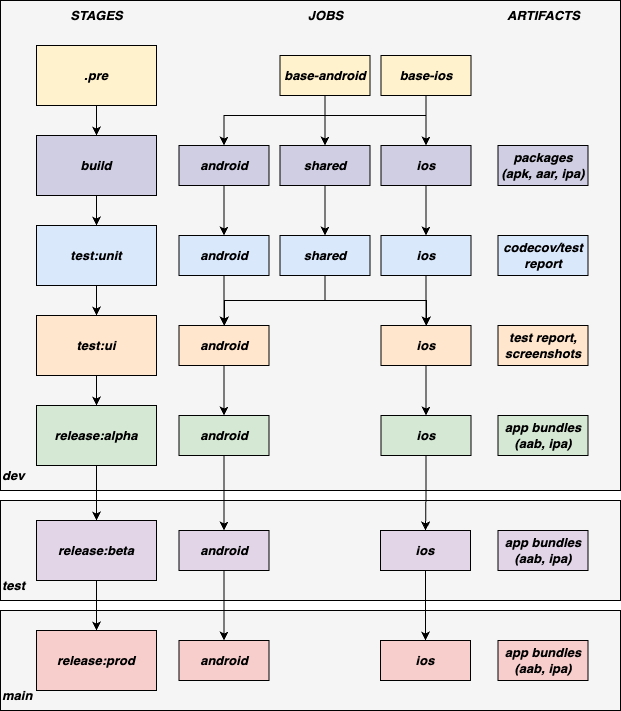
paganellif/tesi-paganelli keeps this draw.io diagram as img/tesi-11-cicd.drawio.png. Above is the earlier version. Source tidied: cells renumbered, new cells last; positions are measured from the earlier drawing's top-left corner, leaving out a move shared by most shapes.
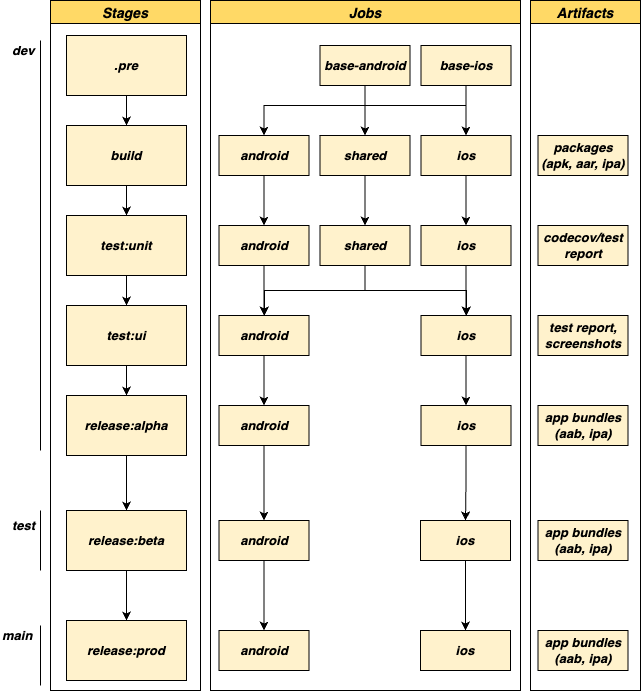
The same diagram one commit later.

What changed in the source:
```diff
@@ -4,22 +4,4 @@
     <mxCell id="1" parent="0" />
-    <mxCell id="2" style="rounded=0;whiteSpace=wrap;html=1;fontSize=13;strokeColor=#000000;fillColor=#f5f5f5;fontColor=#333333;" parent="1" vertex="1">
-      <mxGeometry y="500" width="620" height="100" as="geometry" />
-    </mxCell>
-    <mxCell id="3" style="rounded=0;whiteSpace=wrap;html=1;fontSize=13;strokeColor=#000000;fillColor=#f5f5f5;fontColor=#333333;" parent="1" vertex="1">
-      <mxGeometry y="610" width="620" height="100" as="geometry" />
-    </mxCell>
-    <mxCell id="4" style="rounded=0;whiteSpace=wrap;html=1;fontSize=13;strokeColor=#000000;fillColor=#f5f5f5;fontColor=#333333;" parent="1" vertex="1">
-      <mxGeometry width="620" height="490" as="geometry" />
-    </mxCell>
-    <mxCell id="5" value="&lt;i style=&quot;font-size: 13px;&quot;&gt;STAGES&lt;/i&gt;" style="text;html=1;align=center;verticalAlign=middle;strokeColor=none;fillColor=none;fontSize=13;fontStyle=1;" parent="1" vertex="1">
-      <mxGeometry x="56" width="80" height="30" as="geometry" />
-    </mxCell>
-    <mxCell id="6" value="&lt;i style=&quot;font-size: 13px;&quot;&gt;JOBS&lt;/i&gt;" style="text;html=1;align=center;verticalAlign=middle;strokeColor=none;fillColor=none;fontSize=13;fontStyle=1;" parent="1" vertex="1">
-      <mxGeometry x="294.5" width="60" height="30" as="geometry" />
-    </mxCell>
-    <mxCell id="7" value="&lt;i style=&quot;font-size: 13px;&quot;&gt;ARTIFACTS&lt;/i&gt;" style="text;html=1;align=center;verticalAlign=middle;strokeColor=none;fillColor=none;fontSize=13;fontStyle=1;" parent="1" vertex="1">
-      <mxGeometry x="492.5" width="100" height="30" as="geometry" />
-    </mxCell>
     <mxCell id="8" value="&lt;i style=&quot;font-size: 13px;&quot;&gt;&lt;b&gt;dev&lt;/b&gt;&lt;/i&gt;" style="text;html=1;align=left;verticalAlign=middle;strokeColor=none;fillColor=none;fontSize=13;" parent="1" vertex="1">
-      <mxGeometry y="460" width="50" height="30" as="geometry" />
+      <mxGeometry x="-30" y="45" width="50" height="30" as="geometry" />
     </mxCell>
@@ -29,3 +11,3 @@
     <mxCell id="10" value="&lt;b style=&quot;font-size: 13px;&quot;&gt;&lt;i style=&quot;font-size: 13px;&quot;&gt;.pre&lt;/i&gt;&lt;/b&gt;" style="rounded=0;whiteSpace=wrap;html=1;fontSize=13;strokeColor=#000000;fillColor=#fff2cc;" parent="1" vertex="1">
-      <mxGeometry x="36" y="45" width="120" height="60" as="geometry" />
+      <mxGeometry x="26" y="45" width="120" height="60" as="geometry" />
     </mxCell>
@@ -34,4 +16,4 @@
     </mxCell>
-    <mxCell id="12" value="&lt;b style=&quot;font-size: 13px;&quot;&gt;&lt;i style=&quot;font-size: 13px;&quot;&gt;build&lt;/i&gt;&lt;/b&gt;" style="rounded=0;whiteSpace=wrap;html=1;fontSize=13;strokeColor=#000000;fillColor=#d0cee2;" parent="1" vertex="1">
-      <mxGeometry x="36" y="135" width="120" height="60" as="geometry" />
+    <mxCell id="12" value="&lt;b style=&quot;font-size: 13px;&quot;&gt;&lt;i style=&quot;font-size: 13px;&quot;&gt;build&lt;/i&gt;&lt;/b&gt;" style="rounded=0;whiteSpace=wrap;html=1;fontSize=13;strokeColor=#000000;fillColor=#FFF2CC;" parent="1" vertex="1">
+      <mxGeometry x="26" y="135" width="120" height="60" as="geometry" />
     </mxCell>
@@ -40,4 +22,4 @@
     </mxCell>
-    <mxCell id="14" value="&lt;b style=&quot;font-size: 13px;&quot;&gt;&lt;i style=&quot;font-size: 13px;&quot;&gt;test:unit&lt;/i&gt;&lt;/b&gt;" style="rounded=0;whiteSpace=wrap;html=1;fontSize=13;strokeColor=#000000;fillColor=#dae8fc;" parent="1" vertex="1">
-      <mxGeometry x="36" y="225" width="120" height="60" as="geometry" />
+    <mxCell id="14" value="&lt;b style=&quot;font-size: 13px;&quot;&gt;&lt;i style=&quot;font-size: 13px;&quot;&gt;test:unit&lt;/i&gt;&lt;/b&gt;" style="rounded=0;whiteSpace=wrap;html=1;fontSize=13;strokeColor=#000000;fillColor=#FFF2CC;" parent="1" vertex="1">
+      <mxGeometry x="26" y="225" width="120" height="60" as="geometry" />
     </mxCell>
@@ -46,4 +28,4 @@
     </mxCell>
-    <mxCell id="16" value="&lt;b style=&quot;font-size: 13px;&quot;&gt;&lt;i style=&quot;font-size: 13px;&quot;&gt;test:ui&lt;/i&gt;&lt;/b&gt;" style="rounded=0;whiteSpace=wrap;html=1;fontSize=13;strokeColor=#000000;fillColor=#ffe6cc;" parent="1" vertex="1">
-      <mxGeometry x="36" y="315" width="120" height="60" as="geometry" />
+    <mxCell id="16" value="&lt;b style=&quot;font-size: 13px;&quot;&gt;&lt;i style=&quot;font-size: 13px;&quot;&gt;test:ui&lt;/i&gt;&lt;/b&gt;" style="rounded=0;whiteSpace=wrap;html=1;fontSize=13;strokeColor=#000000;fillColor=#FFF2CC;" parent="1" vertex="1">
+      <mxGeometry x="26" y="315" width="120" height="60" as="geometry" />
     </mxCell>
@@ -52,4 +34,4 @@
     </mxCell>
-    <mxCell id="18" value="&lt;b style=&quot;font-size: 13px;&quot;&gt;&lt;i style=&quot;font-size: 13px;&quot;&gt;release:alpha&lt;/i&gt;&lt;/b&gt;" style="rounded=0;whiteSpace=wrap;html=1;fontSize=13;strokeColor=#000000;fillColor=#d5e8d4;" parent="1" vertex="1">
-      <mxGeometry x="36" y="405" width="120" height="60" as="geometry" />
+    <mxCell id="18" value="&lt;b style=&quot;font-size: 13px;&quot;&gt;&lt;i style=&quot;font-size: 13px;&quot;&gt;release:alpha&lt;/i&gt;&lt;/b&gt;" style="rounded=0;whiteSpace=wrap;html=1;fontSize=13;strokeColor=#000000;fillColor=#FFF2CC;" parent="1" vertex="1">
+      <mxGeometry x="26" y="405" width="120" height="60" as="geometry" />
     </mxCell>
@@ -58,7 +40,7 @@
     </mxCell>
-    <mxCell id="20" value="&lt;b style=&quot;font-size: 13px;&quot;&gt;&lt;i style=&quot;font-size: 13px;&quot;&gt;release:beta&lt;/i&gt;&lt;/b&gt;" style="rounded=0;whiteSpace=wrap;html=1;fontSize=13;strokeColor=#000000;fillColor=#e1d5e7;" parent="1" vertex="1">
-      <mxGeometry x="36" y="520" width="120" height="60" as="geometry" />
+    <mxCell id="20" value="&lt;b style=&quot;font-size: 13px;&quot;&gt;&lt;i style=&quot;font-size: 13px;&quot;&gt;release:beta&lt;/i&gt;&lt;/b&gt;" style="rounded=0;whiteSpace=wrap;html=1;fontSize=13;strokeColor=#000000;fillColor=#FFF2CC;" parent="1" vertex="1">
+      <mxGeometry x="26" y="520" width="120" height="60" as="geometry" />
     </mxCell>
-    <mxCell id="21" value="&lt;b style=&quot;font-size: 13px;&quot;&gt;&lt;i style=&quot;font-size: 13px;&quot;&gt;release:prod&lt;/i&gt;&lt;/b&gt;" style="rounded=0;whiteSpace=wrap;html=1;fontSize=13;strokeColor=#000000;fillColor=#f8cecc;" parent="1" vertex="1">
-      <mxGeometry x="36" y="630" width="120" height="60" as="geometry" />
+    <mxCell id="21" value="&lt;b style=&quot;font-size: 13px;&quot;&gt;&lt;i style=&quot;font-size: 13px;&quot;&gt;release:prod&lt;/i&gt;&lt;/b&gt;" style="rounded=0;whiteSpace=wrap;html=1;fontSize=13;strokeColor=#000000;fillColor=#FFF2CC;" parent="1" vertex="1">
+      <mxGeometry x="26" y="630" width="120" height="60" as="geometry" />
     </mxCell>
@@ -95,3 +77,3 @@
     </mxCell>
-    <mxCell id="29" value="&lt;b style=&quot;font-size: 13px;&quot;&gt;&lt;i style=&quot;font-size: 13px;&quot;&gt;android&lt;/i&gt;&lt;/b&gt;" style="rounded=0;whiteSpace=wrap;html=1;fontSize=13;strokeColor=#000000;fillColor=#d0cee2;" parent="1" vertex="1">
+    <mxCell id="29" value="&lt;b style=&quot;font-size: 13px;&quot;&gt;&lt;i style=&quot;font-size: 13px;&quot;&gt;android&lt;/i&gt;&lt;/b&gt;" style="rounded=0;whiteSpace=wrap;html=1;fontSize=13;strokeColor=#000000;fillColor=#FFF2CC;" parent="1" vertex="1">
       <mxGeometry x="178.5" y="145" width="90" height="40" as="geometry" />
@@ -101,3 +83,3 @@
     </mxCell>
-    <mxCell id="31" value="&lt;b style=&quot;font-size: 13px;&quot;&gt;&lt;i style=&quot;font-size: 13px;&quot;&gt;shared&lt;/i&gt;&lt;/b&gt;" style="rounded=0;whiteSpace=wrap;html=1;fontSize=13;strokeColor=#000000;fillColor=#d0cee2;" parent="1" vertex="1">
+    <mxCell id="31" value="&lt;b style=&quot;font-size: 13px;&quot;&gt;&lt;i style=&quot;font-size: 13px;&quot;&gt;shared&lt;/i&gt;&lt;/b&gt;" style="rounded=0;whiteSpace=wrap;html=1;fontSize=13;strokeColor=#000000;fillColor=#FFF2CC;" parent="1" vertex="1">
       <mxGeometry x="279.5" y="145" width="90" height="40" as="geometry" />
@@ -107,6 +89,6 @@
     </mxCell>
-    <mxCell id="33" value="&lt;b style=&quot;font-size: 13px;&quot;&gt;&lt;i style=&quot;font-size: 13px;&quot;&gt;ios&lt;/i&gt;&lt;/b&gt;" style="rounded=0;whiteSpace=wrap;html=1;fontSize=13;strokeColor=#000000;fillColor=#d0cee2;" parent="1" vertex="1">
+    <mxCell id="33" value="&lt;b style=&quot;font-size: 13px;&quot;&gt;&lt;i style=&quot;font-size: 13px;&quot;&gt;ios&lt;/i&gt;&lt;/b&gt;" style="rounded=0;whiteSpace=wrap;html=1;fontSize=13;strokeColor=#000000;fillColor=#FFF2CC;" parent="1" vertex="1">
       <mxGeometry x="380.5" y="145" width="90" height="40" as="geometry" />
     </mxCell>
-    <mxCell id="34" value="&lt;b style=&quot;font-size: 13px;&quot;&gt;&lt;i style=&quot;font-size: 13px;&quot;&gt;packages (apk, aar, ipa)&lt;/i&gt;&lt;/b&gt;" style="rounded=0;whiteSpace=wrap;html=1;fontSize=13;strokeColor=#000000;fillColor=#d0cee2;" parent="1" vertex="1">
+    <mxCell id="34" value="&lt;b style=&quot;font-size: 13px;&quot;&gt;&lt;i style=&quot;font-size: 13px;&quot;&gt;packages (apk, aar, ipa)&lt;/i&gt;&lt;/b&gt;" style="rounded=0;whiteSpace=wrap;html=1;fontSize=13;strokeColor=#000000;fillColor=#FFF2CC;" parent="1" vertex="1">
       <mxGeometry x="497.5" y="145" width="90" height="40" as="geometry" />
@@ -129,3 +111,3 @@
     </mxCell>
-    <mxCell id="37" value="&lt;b style=&quot;font-size: 13px;&quot;&gt;&lt;i style=&quot;font-size: 13px;&quot;&gt;shared&lt;/i&gt;&lt;/b&gt;" style="rounded=0;whiteSpace=wrap;html=1;fontSize=13;strokeColor=#000000;fillColor=#dae8fc;" parent="1" vertex="1">
+    <mxCell id="37" value="&lt;b style=&quot;font-size: 13px;&quot;&gt;&lt;i style=&quot;font-size: 13px;&quot;&gt;shared&lt;/i&gt;&lt;/b&gt;" style="rounded=0;whiteSpace=wrap;html=1;fontSize=13;strokeColor=#000000;fillColor=#FFF2CC;" parent="1" vertex="1">
       <mxGeometry x="279.5" y="235" width="90" height="40" as="geometry" />
@@ -135,3 +117,3 @@
     </mxCell>
-    <mxCell id="39" value="&lt;b style=&quot;font-size: 13px;&quot;&gt;&lt;i style=&quot;font-size: 13px;&quot;&gt;android&lt;/i&gt;&lt;/b&gt;" style="rounded=0;whiteSpace=wrap;html=1;fontSize=13;strokeColor=#000000;fillColor=#ffe6cc;" parent="1" vertex="1">
+    <mxCell id="39" value="&lt;b style=&quot;font-size: 13px;&quot;&gt;&lt;i style=&quot;font-size: 13px;&quot;&gt;android&lt;/i&gt;&lt;/b&gt;" style="rounded=0;whiteSpace=wrap;html=1;fontSize=13;strokeColor=#000000;fillColor=#FFF2CC;" parent="1" vertex="1">
       <mxGeometry x="178.5" y="325" width="90" height="40" as="geometry" />
@@ -141,3 +123,3 @@
     </mxCell>
-    <mxCell id="41" value="&lt;b style=&quot;font-size: 13px;&quot;&gt;&lt;i style=&quot;font-size: 13px;&quot;&gt;ios&lt;/i&gt;&lt;/b&gt;" style="rounded=0;whiteSpace=wrap;html=1;fontSize=13;strokeColor=#000000;fillColor=#ffe6cc;" parent="1" vertex="1">
+    <mxCell id="41" value="&lt;b style=&quot;font-size: 13px;&quot;&gt;&lt;i style=&quot;font-size: 13px;&quot;&gt;ios&lt;/i&gt;&lt;/b&gt;" style="rounded=0;whiteSpace=wrap;html=1;fontSize=13;strokeColor=#000000;fillColor=#FFF2CC;" parent="1" vertex="1">
       <mxGeometry x="380.5" y="325" width="90" height="40" as="geometry" />
@@ -147,3 +129,3 @@
     </mxCell>
-    <mxCell id="43" value="&lt;b style=&quot;font-size: 13px;&quot;&gt;&lt;i style=&quot;font-size: 13px;&quot;&gt;android&lt;/i&gt;&lt;/b&gt;" style="rounded=0;whiteSpace=wrap;html=1;fontSize=13;strokeColor=#000000;fillColor=#d5e8d4;" parent="1" vertex="1">
+    <mxCell id="43" value="&lt;b style=&quot;font-size: 13px;&quot;&gt;&lt;i style=&quot;font-size: 13px;&quot;&gt;android&lt;/i&gt;&lt;/b&gt;" style="rounded=0;whiteSpace=wrap;html=1;fontSize=13;strokeColor=#000000;fillColor=#FFF2CC;" parent="1" vertex="1">
       <mxGeometry x="178.5" y="415" width="90" height="40" as="geometry" />
@@ -153,12 +135,12 @@
     </mxCell>
-    <mxCell id="45" value="&lt;b style=&quot;font-size: 13px;&quot;&gt;&lt;i style=&quot;font-size: 13px;&quot;&gt;ios&lt;/i&gt;&lt;/b&gt;" style="rounded=0;whiteSpace=wrap;html=1;fontSize=13;strokeColor=#000000;fillColor=#d5e8d4;" parent="1" vertex="1">
+    <mxCell id="45" value="&lt;b style=&quot;font-size: 13px;&quot;&gt;&lt;i style=&quot;font-size: 13px;&quot;&gt;ios&lt;/i&gt;&lt;/b&gt;" style="rounded=0;whiteSpace=wrap;html=1;fontSize=13;strokeColor=#000000;fillColor=#FFF2CC;" parent="1" vertex="1">
       <mxGeometry x="380.5" y="415" width="90" height="40" as="geometry" />
     </mxCell>
-    <mxCell id="46" value="&lt;b style=&quot;font-size: 13px;&quot;&gt;&lt;i style=&quot;font-size: 13px;&quot;&gt;codecov/test report&lt;/i&gt;&lt;/b&gt;" style="rounded=0;whiteSpace=wrap;html=1;fontSize=13;strokeColor=#000000;fillColor=#dae8fc;" parent="1" vertex="1">
+    <mxCell id="46" value="&lt;b style=&quot;font-size: 13px;&quot;&gt;&lt;i style=&quot;font-size: 13px;&quot;&gt;codecov/test report&lt;/i&gt;&lt;/b&gt;" style="rounded=0;whiteSpace=wrap;html=1;fontSize=13;strokeColor=#000000;fillColor=#FFF2CC;" parent="1" vertex="1">
       <mxGeometry x="497.5" y="235" width="90" height="40" as="geometry" />
     </mxCell>
-    <mxCell id="47" value="&lt;b style=&quot;font-size: 13px;&quot;&gt;&lt;i style=&quot;font-size: 13px;&quot;&gt;test report, screenshots&lt;/i&gt;&lt;/b&gt;" style="rounded=0;whiteSpace=wrap;html=1;fontSize=13;strokeColor=#000000;fillColor=#ffe6cc;" parent="1" vertex="1">
+    <mxCell id="47" value="&lt;b style=&quot;font-size: 13px;&quot;&gt;&lt;i style=&quot;font-size: 13px;&quot;&gt;test report, screenshots&lt;/i&gt;&lt;/b&gt;" style="rounded=0;whiteSpace=wrap;html=1;fontSize=13;strokeColor=#000000;fillColor=#FFF2CC;" parent="1" vertex="1">
       <mxGeometry x="497.5" y="325" width="90" height="40" as="geometry" />
     </mxCell>
-    <mxCell id="48" value="&lt;b style=&quot;font-size: 13px;&quot;&gt;&lt;i style=&quot;font-size: 13px;&quot;&gt;app bundles (aab, ipa)&lt;/i&gt;&lt;/b&gt;" style="rounded=0;whiteSpace=wrap;html=1;fontSize=13;strokeColor=#000000;fillColor=#d5e8d4;" parent="1" vertex="1">
+    <mxCell id="48" value="&lt;b style=&quot;font-size: 13px;&quot;&gt;&lt;i style=&quot;font-size: 13px;&quot;&gt;app bundles (aab, ipa)&lt;/i&gt;&lt;/b&gt;" style="rounded=0;whiteSpace=wrap;html=1;fontSize=13;strokeColor=#000000;fillColor=#FFF2CC;" parent="1" vertex="1">
       <mxGeometry x="497.5" y="415" width="90" height="40" as="geometry" />
@@ -168,3 +150,3 @@
     </mxCell>
-    <mxCell id="50" value="&lt;b style=&quot;font-size: 13px;&quot;&gt;&lt;i style=&quot;font-size: 13px;&quot;&gt;android&lt;/i&gt;&lt;/b&gt;" style="rounded=0;whiteSpace=wrap;html=1;fontSize=13;strokeColor=#000000;fillColor=#e1d5e7;" parent="1" vertex="1">
+    <mxCell id="50" value="&lt;b style=&quot;font-size: 13px;&quot;&gt;&lt;i style=&quot;font-size: 13px;&quot;&gt;android&lt;/i&gt;&lt;/b&gt;" style="rounded=0;whiteSpace=wrap;html=1;fontSize=13;strokeColor=#000000;fillColor=#FFF2CC;" parent="1" vertex="1">
       <mxGeometry x="178.5" y="530" width="90" height="40" as="geometry" />
@@ -174,15 +156,15 @@
     </mxCell>
-    <mxCell id="52" value="&lt;b style=&quot;font-size: 13px;&quot;&gt;&lt;i style=&quot;font-size: 13px;&quot;&gt;ios&lt;/i&gt;&lt;/b&gt;" style="rounded=0;whiteSpace=wrap;html=1;fontSize=13;strokeColor=#000000;fillColor=#e1d5e7;" parent="1" vertex="1">
+    <mxCell id="52" value="&lt;b style=&quot;font-size: 13px;&quot;&gt;&lt;i style=&quot;font-size: 13px;&quot;&gt;ios&lt;/i&gt;&lt;/b&gt;" style="rounded=0;whiteSpace=wrap;html=1;fontSize=13;strokeColor=#000000;fillColor=#FFF2CC;" parent="1" vertex="1">
       <mxGeometry x="380" y="530" width="90" height="40" as="geometry" />
     </mxCell>
-    <mxCell id="53" value="&lt;b style=&quot;font-size: 13px;&quot;&gt;&lt;i style=&quot;font-size: 13px;&quot;&gt;android&lt;/i&gt;&lt;/b&gt;" style="rounded=0;whiteSpace=wrap;html=1;fontSize=13;strokeColor=#000000;fillColor=#f8cecc;" parent="1" vertex="1">
+    <mxCell id="53" value="&lt;b style=&quot;font-size: 13px;&quot;&gt;&lt;i style=&quot;font-size: 13px;&quot;&gt;android&lt;/i&gt;&lt;/b&gt;" style="rounded=0;whiteSpace=wrap;html=1;fontSize=13;strokeColor=#000000;fillColor=#FFF2CC;" parent="1" vertex="1">
       <mxGeometry x="178.5" y="640" width="90" height="40" as="geometry" />
     </mxCell>
-    <mxCell id="54" value="&lt;b style=&quot;font-size: 13px;&quot;&gt;&lt;i style=&quot;font-size: 13px;&quot;&gt;ios&lt;/i&gt;&lt;/b&gt;" style="rounded=0;whiteSpace=wrap;html=1;fontSize=13;strokeColor=#000000;fillColor=#f8cecc;" parent="1" vertex="1">
+    <mxCell id="54" value="&lt;b style=&quot;font-size: 13px;&quot;&gt;&lt;i style=&quot;font-size: 13px;&quot;&gt;ios&lt;/i&gt;&lt;/b&gt;" style="rounded=0;whiteSpace=wrap;html=1;fontSize=13;strokeColor=#000000;fillColor=#FFF2CC;" parent="1" vertex="1">
       <mxGeometry x="380" y="640" width="90" height="40" as="geometry" />
     </mxCell>
-    <mxCell id="55" value="&lt;b style=&quot;font-size: 13px;&quot;&gt;&lt;i style=&quot;font-size: 13px;&quot;&gt;app bundles (aab, ipa)&lt;/i&gt;&lt;/b&gt;" style="rounded=0;whiteSpace=wrap;html=1;fontSize=13;strokeColor=#000000;fillColor=#e1d5e7;" parent="1" vertex="1">
+    <mxCell id="55" value="&lt;b style=&quot;font-size: 13px;&quot;&gt;&lt;i style=&quot;font-size: 13px;&quot;&gt;app bundles (aab, ipa)&lt;/i&gt;&lt;/b&gt;" style="rounded=0;whiteSpace=wrap;html=1;fontSize=13;strokeColor=#000000;fillColor=#FFF2CC;" parent="1" vertex="1">
       <mxGeometry x="497.5" y="530" width="90" height="40" as="geometry" />
     </mxCell>
-    <mxCell id="56" value="&lt;b style=&quot;font-size: 13px;&quot;&gt;&lt;i style=&quot;font-size: 13px;&quot;&gt;app bundles (aab, ipa)&lt;/i&gt;&lt;/b&gt;" style="rounded=0;whiteSpace=wrap;html=1;fontSize=13;strokeColor=#000000;fillColor=#f8cecc;" parent="1" vertex="1">
+    <mxCell id="56" value="&lt;b style=&quot;font-size: 13px;&quot;&gt;&lt;i style=&quot;font-size: 13px;&quot;&gt;app bundles (aab, ipa)&lt;/i&gt;&lt;/b&gt;" style="rounded=0;whiteSpace=wrap;html=1;fontSize=13;strokeColor=#000000;fillColor=#FFF2CC;" parent="1" vertex="1">
       <mxGeometry x="497.5" y="640" width="90" height="40" as="geometry" />
@@ -190,6 +172,6 @@
     <mxCell id="57" value="&lt;i style=&quot;font-size: 13px;&quot;&gt;&lt;b&gt;test&lt;/b&gt;&lt;/i&gt;" style="text;html=1;align=left;verticalAlign=middle;strokeColor=none;fillColor=none;fontSize=13;" parent="1" vertex="1">
-      <mxGeometry y="570" width="50" height="30" as="geometry" />
+      <mxGeometry x="-30" y="520" width="50" height="30" as="geometry" />
     </mxCell>
     <mxCell id="58" value="&lt;i style=&quot;font-size: 13px;&quot;&gt;&lt;b&gt;main&lt;/b&gt;&lt;/i&gt;" style="text;html=1;align=left;verticalAlign=middle;strokeColor=none;fillColor=none;fontSize=13;" parent="1" vertex="1">
-      <mxGeometry y="680" width="50" height="30" as="geometry" />
+      <mxGeometry x="-40" y="630" width="50" height="30" as="geometry" />
     </mxCell>
@@ -198,3 +180,3 @@
     </mxCell>
-    <mxCell id="60" value="&lt;b style=&quot;font-size: 13px;&quot;&gt;&lt;i style=&quot;font-size: 13px;&quot;&gt;android&lt;/i&gt;&lt;/b&gt;" style="rounded=0;whiteSpace=wrap;html=1;fontSize=13;strokeColor=#000000;fillColor=#dae8fc;" parent="1" vertex="1">
+    <mxCell id="60" value="&lt;b style=&quot;font-size: 13px;&quot;&gt;&lt;i style=&quot;font-size: 13px;&quot;&gt;android&lt;/i&gt;&lt;/b&gt;" style="rounded=0;whiteSpace=wrap;html=1;fontSize=13;strokeColor=#000000;fillColor=#FFF2CC;" parent="1" vertex="1">
       <mxGeometry x="178.5" y="235" width="90" height="40" as="geometry" />
@@ -204,5 +186,32 @@
     </mxCell>
-    <mxCell id="62" value="&lt;b style=&quot;font-size: 13px;&quot;&gt;&lt;i style=&quot;font-size: 13px;&quot;&gt;ios&lt;/i&gt;&lt;/b&gt;" style="rounded=0;whiteSpace=wrap;html=1;fontSize=13;strokeColor=#000000;fillColor=#dae8fc;" parent="1" vertex="1">
+    <mxCell id="62" value="&lt;b style=&quot;font-size: 13px;&quot;&gt;&lt;i style=&quot;font-size: 13px;&quot;&gt;ios&lt;/i&gt;&lt;/b&gt;" style="rounded=0;whiteSpace=wrap;html=1;fontSize=13;strokeColor=#000000;fillColor=#FFF2CC;" parent="1" vertex="1">
       <mxGeometry x="380.5" y="235" width="90" height="40" as="geometry" />
     </mxCell>
+    <mxCell id="63" value="Stages" style="swimlane;fillColor=#FFD966;fontSize=14;fontStyle=3;" parent="1" vertex="1">
+      <mxGeometry x="10" y="10" width="150" height="690" as="geometry" />
+    </mxCell>
+    <mxCell id="64" value="Jobs" style="swimlane;fillColor=#FFD966;fontSize=14;fontStyle=3;" parent="1" vertex="1">
+      <mxGeometry x="170" y="10" width="310" height="690" as="geometry" />
+    </mxCell>
+    <mxCell id="65" value="Artifacts" style="swimlane;fillColor=#FFD966;fontSize=14;fontStyle=3;" parent="1" vertex="1">
+      <mxGeometry x="490" y="10" width="110" height="690" as="geometry" />
+    </mxCell>
+    <mxCell id="66" style="endArrow=none;html=1;rounded=0;fontSize=13;" parent="1" edge="1">
+      <mxGeometry relative="1" as="geometry">
+        <mxPoint y="460" as="sourcePoint" />
+        <mxPoint y="50" as="targetPoint" />
+      </mxGeometry>
+    </mxCell>
+    <mxCell id="67" style="endArrow=none;html=1;rounded=0;fontSize=13;" parent="1" edge="1">
+      <mxGeometry relative="1" as="geometry">
+        <mxPoint y="580" as="sourcePoint" />
+        <mxPoint y="520" as="targetPoint" />
+      </mxGeometry>
+    </mxCell>
+    <mxCell id="68" style="endArrow=none;html=1;rounded=0;fontSize=13;" parent="1" edge="1">
+      <mxGeometry relative="1" as="geometry">
+        <mxPoint y="695" as="sourcePoint" />
+        <mxPoint y="635" as="targetPoint" />
+      </mxGeometry>
+    </mxCell>
   </root>
```
